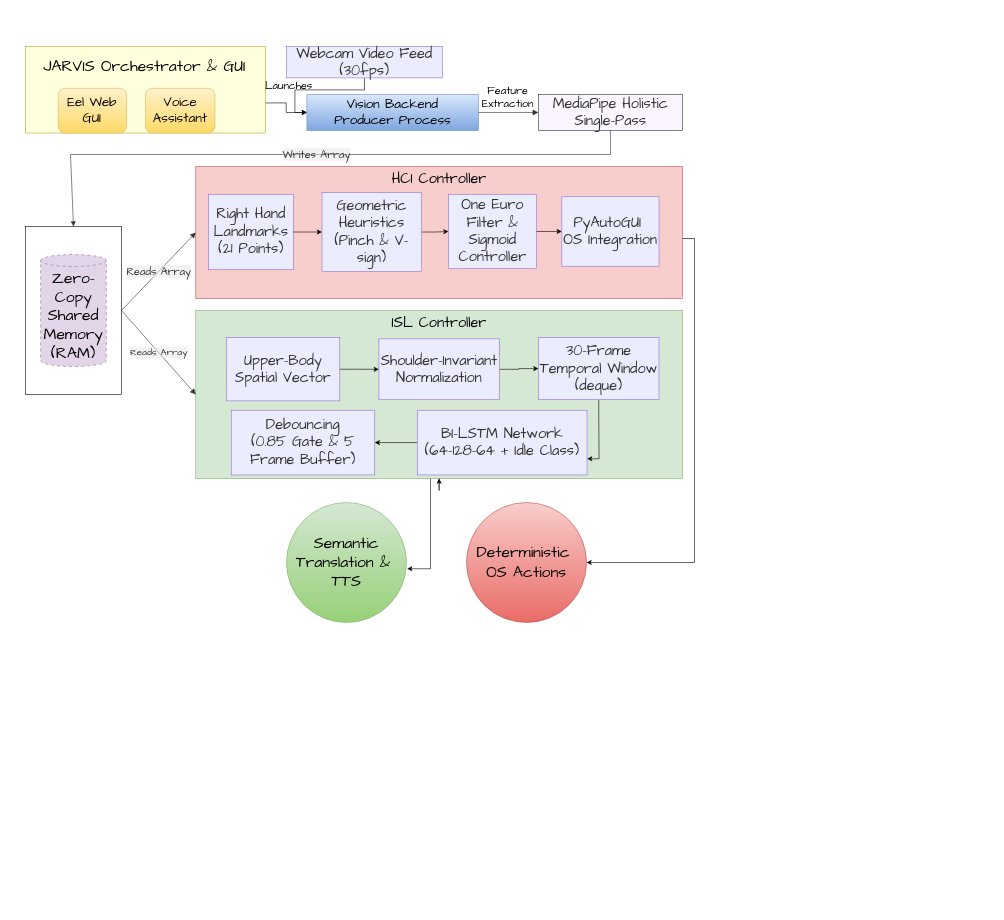
Nittaany/Draw.io keeps this draw.io diagram as Architecture Diagram.drawio. Above is the earlier version. Source tidied: cells renumbered, new cells numbered last; positions are measured from the earlier drawing's top-left corner, leaving out a move shared by most shapes. Both pictures are drawn from the tidied source at 60%, with x=0, y=0 at pixel (10, 10).
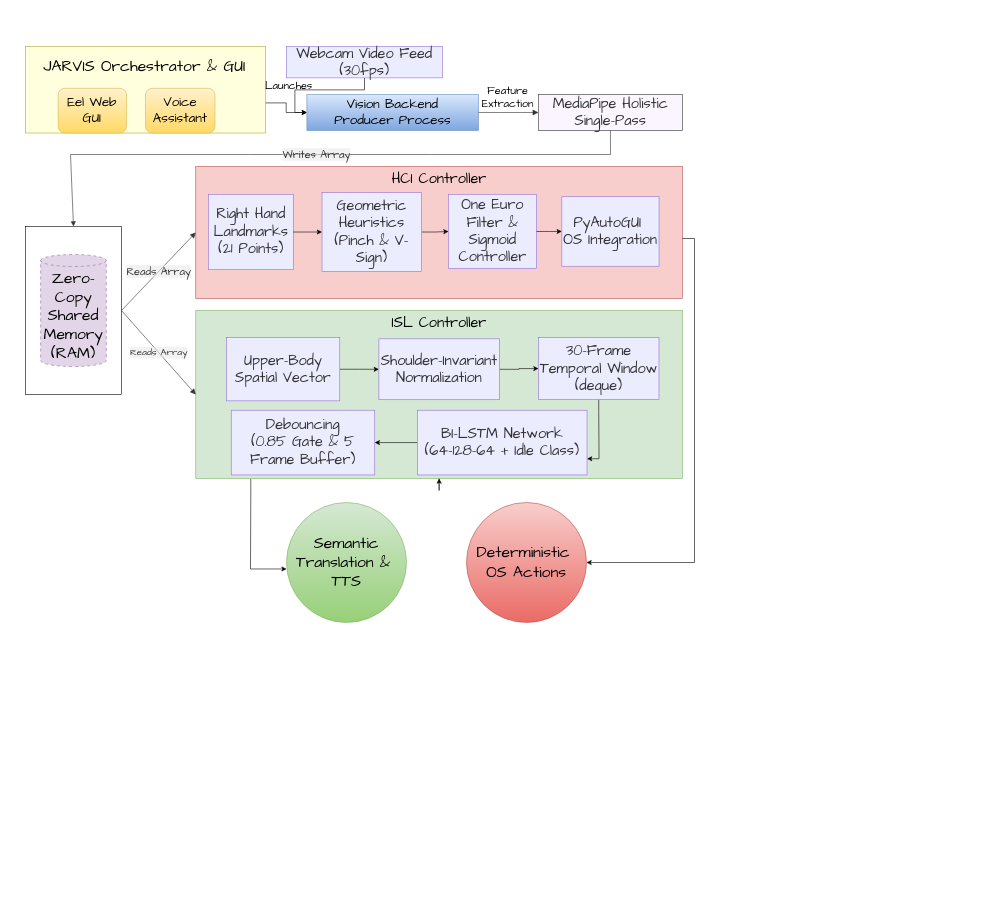
Above is the later version.

The change refers to these unchanged cells:
```xml
<mxCell id="2" style="group;editIcon=1;lockedGroup=0;groupPadding=20;fontFamily=Comic Sans MS;fontSize=24;" parent="1" vertex="1">
  <mxGeometry width="1640" height="1500" as="geometry" />
</mxCell>
<mxCell id="14" value="ISL Controller" style="html=1;whiteSpace=wrap;strokeWidth=1;verticalAlign=top;fillColor=#d5e8d4;strokeColor=#82b366;fontFamily=Comic Sans MS;fontSize=24;" parent="2" vertex="1">
  <mxGeometry x="308.8" y="500" width="811.2" height="280" as="geometry" />
</mxCell>
<mxCell id="41" value="&lt;div&gt;&lt;font style=&quot;font-size: 26px;&quot;&gt;Semantic Translation &amp;amp;&amp;nbsp;&lt;/font&gt;&lt;/div&gt;&lt;div&gt;&lt;font style=&quot;font-size: 26px;&quot;&gt;TTS&lt;/font&gt;&lt;/div&gt;" style="ellipse;whiteSpace=wrap;html=1;fillColor=#d5e8d4;strokeColor=#82b366;gradientColor=#97d077;fontFamily=Comic Sans MS;" parent="2" vertex="1">
  <mxGeometry x="460" y="820" width="200" height="200" as="geometry" />
</mxCell>
```

The edit, as a diff of the source:
```diff
@@
-    <mxCell id="13" style="edgeStyle=orthogonalEdgeStyle;rounded=0;jettySize=auto;html=1;fontFamily=Comic Sans MS;entryX=1.005;entryY=0.552;entryDx=0;entryDy=0;entryPerimeter=0;" parent="2" edge="1" source="14" target="41">
+    <mxCell id="13" style="edgeStyle=orthogonalEdgeStyle;rounded=0;jettySize=auto;html=1;fontFamily=Comic Sans MS;entryX=0.001;entryY=0.554;entryDx=0;entryDy=0;entryPerimeter=0;exitX=0.113;exitY=1.001;exitDx=0;exitDy=0;exitPerimeter=0;" parent="2" edge="1" source="14" target="41">
       <mxGeometry relative="1" as="geometry">
         <Array as="points">
-          <mxPoint x="700" y="930" />
+          <mxPoint x="400" y="800" />
+          <mxPoint x="400" y="931" />
         </Array>
       </mxGeometry>
     </mxCell>
@@
-    <mxCell id="31" value="Geometric Heuristics&lt;br&gt;(Pinch &amp;amp; V-sign)" style="html=1;whiteSpace=wrap;strokeWidth=1;fillColor=light-dark(#ECECFF,#1f2020);strokeColor=light-dark(#9370DB,#cccccc);fontColor=light-dark(#333333,#cccccc);fontFamily=Comic Sans MS;fontSize=24;" parent="2" vertex="1">
+    <mxCell id="31" value="Geometric Heuristics&lt;br&gt;(Pinch &amp;amp; V-Sign)" style="html=1;whiteSpace=wrap;strokeWidth=1;fillColor=light-dark(#ECECFF,#1f2020);strokeColor=light-dark(#9370DB,#cccccc);fontColor=light-dark(#333333,#cccccc);fontFamily=Comic Sans MS;fontSize=24;" parent="2" vertex="1">
       <mxGeometry x="519.2" y="303.4" width="165.9" height="131.6" as="geometry" />
     </mxCell>
```
